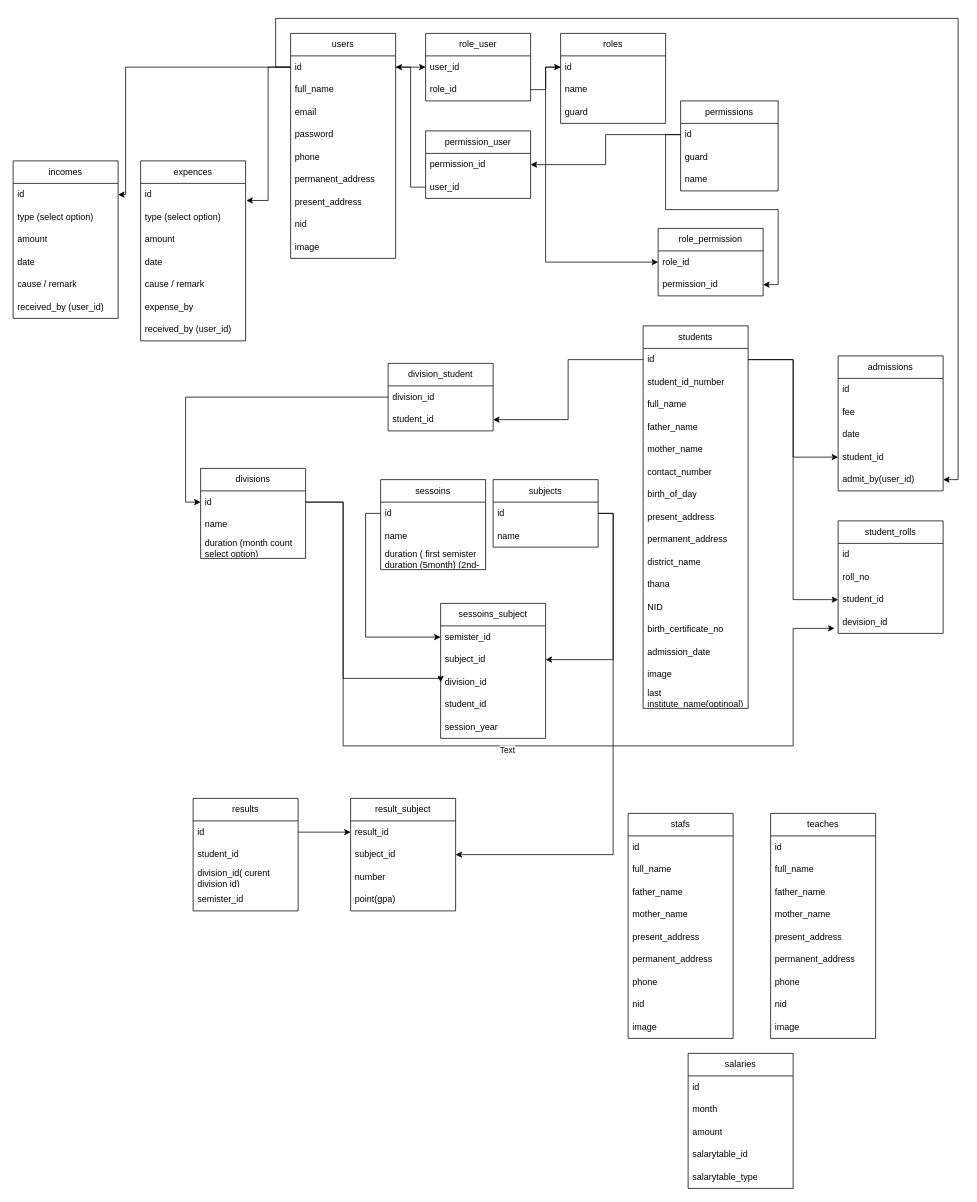
asifmics/javascript keeps this draw.io diagram as Untitled Diagram.drawio. Above is the earlier version. Source tidied: cells renumbered, new cells numbered last; positions are measured from the earlier drawing's top-left corner, leaving out a move shared by most shapes. Both pictures are drawn from the tidied source at 75%, with x=0, y=0 at pixel (13, 18).
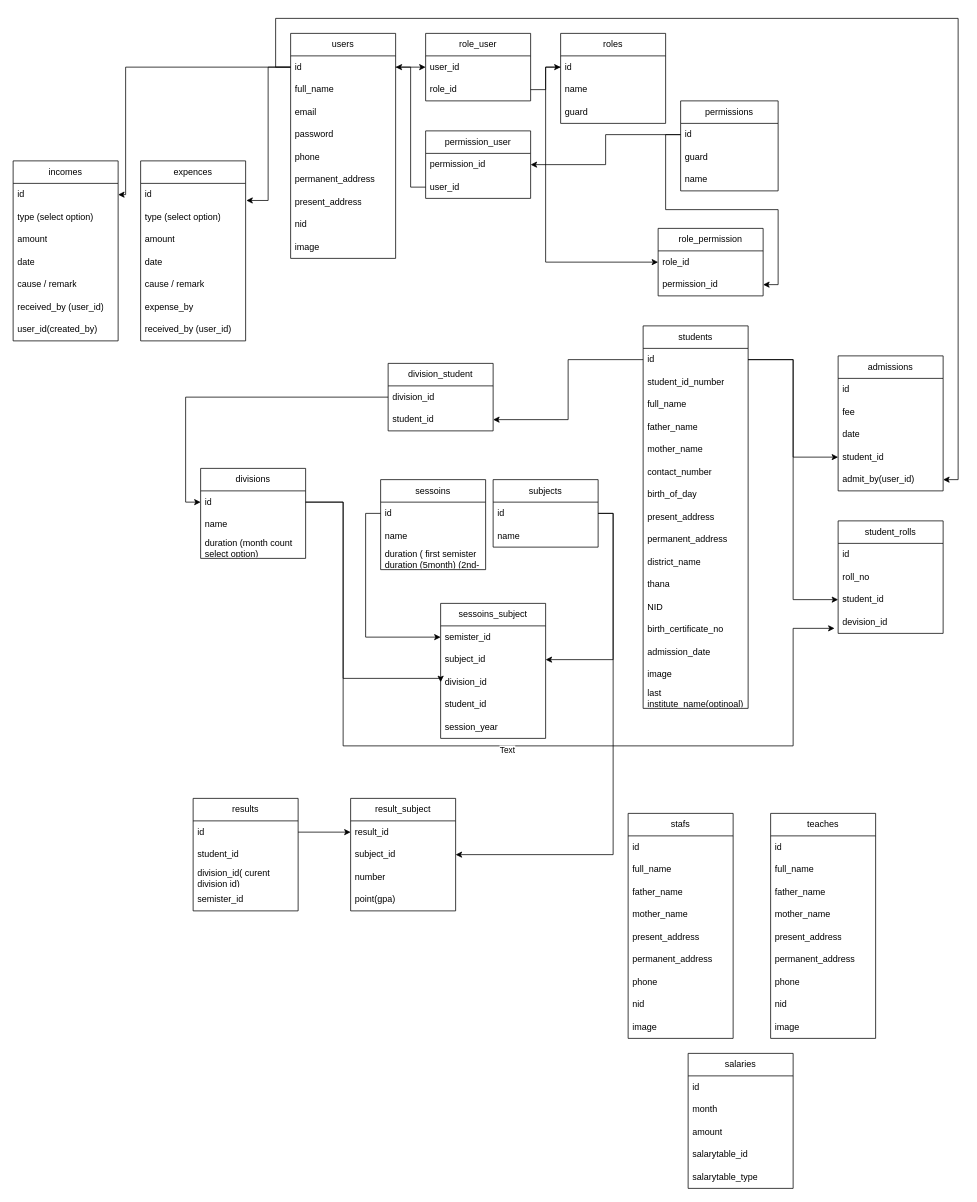
Above is the later version.

The edit, as a diff of the source:
```diff
@@
     <mxCell id="91" value="incomes" style="swimlane;fontStyle=0;horizontal=1;startSize=30;whiteSpace=wrap;html=1;" parent="1" vertex="1">
-      <mxGeometry y="190" width="140" height="210" as="geometry" />
+      <mxGeometry y="190" width="140" height="240" as="geometry" />
     </mxCell>
@@
+    <mxCell id="148" value="user_id(created_by)" style="text;strokeColor=none;fillColor=none;align=left;verticalAlign=middle;spacingLeft=4;spacingRight=4;overflow=hidden;whiteSpace=wrap;html=1;" parent="91" vertex="1">
+      <mxGeometry y="210" width="140" height="30" as="geometry" />
+    </mxCell>
```
